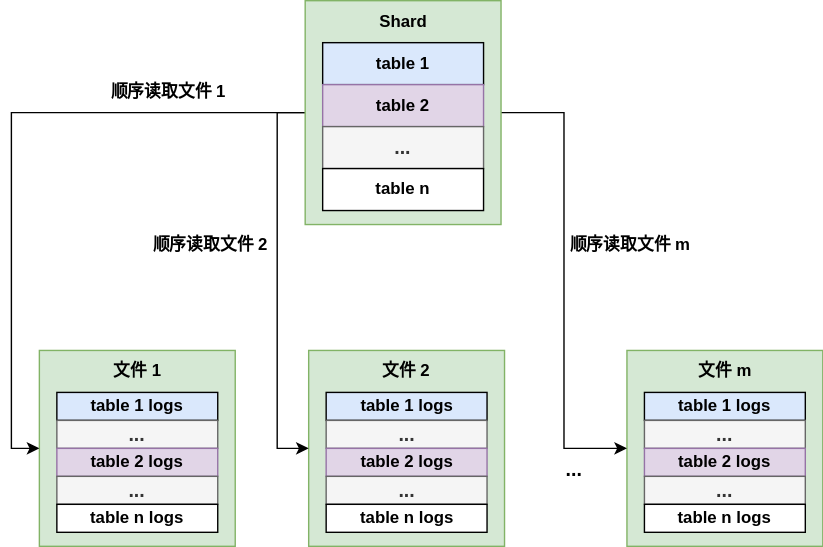
The draw.io diagram posts/release-v1.2.4/rocksshard.drawio.svg in CeresDB/community, before a commit. Source tidied: cells renumbered, new cells last; positions are measured from the earlier drawing's top-left corner, leaving out a move shared by most shapes. Source of this version:
```xml
<mxGraphModel>
  <root>
    <mxCell id="0" />
    <mxCell id="1" parent="0" />
    <mxCell id="2" style="rounded=0;whiteSpace=wrap;html=1;fillColor=#d5e8d4;strokeColor=#82b366;fontStyle=1;" parent="1" vertex="1">
      <mxGeometry x="419.5" y="250" width="140" height="140" as="geometry" />
    </mxCell>
    <mxCell id="3" style="rounded=0;whiteSpace=wrap;html=1;fillColor=#d5e8d4;strokeColor=#82b366;fontStyle=1;" parent="1" vertex="1">
      <mxGeometry x="192" y="250" width="140" height="140" as="geometry" />
    </mxCell>
    <mxCell id="4" style="rounded=0;whiteSpace=wrap;html=1;fillColor=#d5e8d4;strokeColor=#82b366;fontStyle=1;" parent="1" vertex="1">
      <mxGeometry x="-0.5" y="250" width="140" height="140" as="geometry" />
    </mxCell>
    <mxCell id="5" style="edgeStyle=orthogonalEdgeStyle;rounded=0;jettySize=auto;html=1;exitX=0;exitY=0.5;exitDx=0;exitDy=0;entryX=0;entryY=0.5;entryDx=0;entryDy=0;fontStyle=1;" parent="1" edge="1" source="8" target="4">
      <mxGeometry relative="1" as="geometry" />
    </mxCell>
    <mxCell id="6" style="edgeStyle=orthogonalEdgeStyle;rounded=0;jettySize=auto;html=1;exitX=0;exitY=0.5;exitDx=0;exitDy=0;entryX=0;entryY=0.5;entryDx=0;entryDy=0;fontStyle=1;" parent="1" edge="1" source="8" target="3">
      <mxGeometry relative="1" as="geometry" />
    </mxCell>
    <mxCell id="7" style="edgeStyle=orthogonalEdgeStyle;rounded=0;jettySize=auto;html=1;exitX=1;exitY=0.5;exitDx=0;exitDy=0;entryX=0;entryY=0.5;entryDx=0;entryDy=0;fontStyle=1;" parent="1" edge="1" source="8" target="2">
      <mxGeometry relative="1" as="geometry" />
    </mxCell>
    <mxCell id="8" style="rounded=0;whiteSpace=wrap;html=1;fillColor=#d5e8d4;strokeColor=#82b366;fontStyle=1;" parent="1" vertex="1">
      <mxGeometry x="189.5" width="140" height="160" as="geometry" />
    </mxCell>
    <mxCell id="9" value="table 1" style="rounded=0;whiteSpace=wrap;html=1;fillColor=#dae8fc;strokeColor=#000000;fontStyle=1;" parent="1" vertex="1">
      <mxGeometry x="202" y="30" width="115" height="30" as="geometry" />
    </mxCell>
    <mxCell id="10" value="table 2" style="rounded=0;whiteSpace=wrap;html=1;fillColor=#e1d5e7;strokeColor=#9673a6;fontStyle=1;" parent="1" vertex="1">
      <mxGeometry x="202" y="60" width="115" height="30" as="geometry" />
    </mxCell>
    <mxCell id="11" value="&lt;font style=&quot;font-size: 14px;&quot;&gt;&lt;span&gt;...&lt;/span&gt;&lt;/font&gt;" style="rounded=0;whiteSpace=wrap;html=1;fillColor=#f5f5f5;strokeColor=#666666;fontColor=#333333;fontStyle=1;" parent="1" vertex="1">
      <mxGeometry x="202" y="90" width="115" height="30" as="geometry" />
    </mxCell>
    <mxCell id="12" value="table n" style="rounded=0;whiteSpace=wrap;html=1;fontStyle=1;" parent="1" vertex="1">
      <mxGeometry x="202" y="120" width="115" height="30" as="geometry" />
    </mxCell>
    <mxCell id="13" value="Shard" style="text;html=1;strokeColor=none;fillColor=none;align=center;verticalAlign=middle;whiteSpace=wrap;rounded=0;fontStyle=1;" parent="1" vertex="1">
      <mxGeometry x="230" width="60" height="30" as="geometry" />
    </mxCell>
    <mxCell id="14" value="table 1 logs" style="rounded=0;whiteSpace=wrap;html=1;fillColor=#dae8fc;strokeColor=#000000;fontStyle=1;" parent="1" vertex="1">
      <mxGeometry x="12" y="280" width="115" height="20" as="geometry" />
    </mxCell>
    <mxCell id="15" value="&lt;font style=&quot;font-size: 14px;&quot;&gt;&lt;span&gt;...&lt;/span&gt;&lt;/font&gt;" style="rounded=0;whiteSpace=wrap;html=1;fillColor=#f5f5f5;strokeColor=#666666;fontColor=#333333;fontStyle=1;" parent="1" vertex="1">
      <mxGeometry x="12" y="300" width="115" height="20" as="geometry" />
    </mxCell>
    <mxCell id="16" value="table 2 logs" style="rounded=0;whiteSpace=wrap;html=1;fillColor=#e1d5e7;strokeColor=#9673a6;fontStyle=1;" parent="1" vertex="1">
      <mxGeometry x="12" y="320" width="115" height="20" as="geometry" />
    </mxCell>
    <mxCell id="17" value="&lt;font style=&quot;font-size: 14px;&quot;&gt;&lt;span&gt;...&lt;/span&gt;&lt;/font&gt;" style="rounded=0;whiteSpace=wrap;html=1;fillColor=#f5f5f5;strokeColor=#666666;fontColor=#333333;fontStyle=1;" parent="1" vertex="1">
      <mxGeometry x="12" y="340" width="115" height="20" as="geometry" />
    </mxCell>
    <mxCell id="18" value="table n logs" style="rounded=0;whiteSpace=wrap;html=1;fontStyle=1;" parent="1" vertex="1">
      <mxGeometry x="12" y="360" width="115" height="20" as="geometry" />
    </mxCell>
    <mxCell id="19" value="table 1 logs" style="rounded=0;whiteSpace=wrap;html=1;fillColor=#dae8fc;strokeColor=#000000;fontStyle=1;" parent="1" vertex="1">
      <mxGeometry x="204.5" y="280" width="115" height="20" as="geometry" />
    </mxCell>
    <mxCell id="20" value="&lt;font style=&quot;font-size: 14px;&quot;&gt;&lt;span&gt;...&lt;/span&gt;&lt;/font&gt;" style="rounded=0;whiteSpace=wrap;html=1;fillColor=#f5f5f5;strokeColor=#666666;fontColor=#333333;fontStyle=1;" parent="1" vertex="1">
      <mxGeometry x="204.5" y="300" width="115" height="20" as="geometry" />
    </mxCell>
    <mxCell id="21" value="table 2 logs" style="rounded=0;whiteSpace=wrap;html=1;fillColor=#e1d5e7;strokeColor=#9673a6;fontStyle=1;" parent="1" vertex="1">
      <mxGeometry x="204.5" y="320" width="115" height="20" as="geometry" />
    </mxCell>
    <mxCell id="22" value="&lt;font style=&quot;font-size: 14px;&quot;&gt;&lt;span&gt;...&lt;/span&gt;&lt;/font&gt;" style="rounded=0;whiteSpace=wrap;html=1;fillColor=#f5f5f5;strokeColor=#666666;fontColor=#333333;fontStyle=1;" parent="1" vertex="1">
      <mxGeometry x="204.5" y="340" width="115" height="20" as="geometry" />
    </mxCell>
    <mxCell id="23" value="table n logs" style="rounded=0;whiteSpace=wrap;html=1;fontStyle=1;" parent="1" vertex="1">
      <mxGeometry x="204.5" y="360" width="115" height="20" as="geometry" />
    </mxCell>
    <mxCell id="24" value="table 1 logs" style="rounded=0;whiteSpace=wrap;html=1;fillColor=#dae8fc;strokeColor=#000000;fontStyle=1;" parent="1" vertex="1">
      <mxGeometry x="432" y="280" width="115" height="20" as="geometry" />
    </mxCell>
    <mxCell id="25" value="&lt;font style=&quot;font-size: 14px;&quot;&gt;&lt;span&gt;...&lt;/span&gt;&lt;/font&gt;" style="rounded=0;whiteSpace=wrap;html=1;fillColor=#f5f5f5;strokeColor=#666666;fontColor=#333333;fontStyle=1;" parent="1" vertex="1">
      <mxGeometry x="432" y="300" width="115" height="20" as="geometry" />
    </mxCell>
    <mxCell id="26" value="table 2 logs" style="rounded=0;whiteSpace=wrap;html=1;fillColor=#e1d5e7;strokeColor=#9673a6;fontStyle=1;" parent="1" vertex="1">
      <mxGeometry x="432" y="320" width="115" height="20" as="geometry" />
    </mxCell>
    <mxCell id="27" value="&lt;font style=&quot;font-size: 14px;&quot;&gt;&lt;span&gt;...&lt;/span&gt;&lt;/font&gt;" style="rounded=0;whiteSpace=wrap;html=1;fillColor=#f5f5f5;strokeColor=#666666;fontColor=#333333;fontStyle=1;" parent="1" vertex="1">
      <mxGeometry x="432" y="340" width="115" height="20" as="geometry" />
    </mxCell>
    <mxCell id="28" value="table n logs" style="rounded=0;whiteSpace=wrap;html=1;fontStyle=1;" parent="1" vertex="1">
      <mxGeometry x="432" y="360" width="115" height="20" as="geometry" />
    </mxCell>
    <mxCell id="29" value="&lt;font style=&quot;font-size: 14px;&quot;&gt;&lt;span&gt;...&lt;/span&gt;&lt;br&gt;&lt;/font&gt;" style="text;html=1;strokeColor=none;fillColor=none;align=center;verticalAlign=middle;whiteSpace=wrap;rounded=0;fontStyle=1;" parent="1" vertex="1">
      <mxGeometry x="352" y="320" width="60" height="30" as="geometry" />
    </mxCell>
    <mxCell id="30" value="文件 1" style="text;html=1;strokeColor=none;fillColor=none;align=center;verticalAlign=middle;whiteSpace=wrap;rounded=0;fontStyle=1;" parent="1" vertex="1">
      <mxGeometry x="39.5" y="250" width="60" height="30" as="geometry" />
    </mxCell>
    <mxCell id="31" value="文件 2" style="text;html=1;strokeColor=none;fillColor=none;align=center;verticalAlign=middle;whiteSpace=wrap;rounded=0;fontStyle=1;" parent="1" vertex="1">
      <mxGeometry x="232" y="250" width="60" height="30" as="geometry" />
    </mxCell>
    <mxCell id="32" value="文件 m" style="text;html=1;strokeColor=none;fillColor=none;align=center;verticalAlign=middle;whiteSpace=wrap;rounded=0;fontStyle=1;" parent="1" vertex="1">
      <mxGeometry x="459.5" y="250" width="60" height="30" as="geometry" />
    </mxCell>
    <mxCell id="33" value="顺序读取文件 1" style="text;html=1;strokeColor=none;fillColor=none;align=center;verticalAlign=middle;whiteSpace=wrap;rounded=0;fontStyle=1;" parent="1" vertex="1">
      <mxGeometry x="42" y="50" width="100" height="30" as="geometry" />
    </mxCell>
    <mxCell id="34" value="顺序读取文件 2" style="text;html=1;strokeColor=none;fillColor=none;align=center;verticalAlign=middle;whiteSpace=wrap;rounded=0;fontStyle=1;" parent="1" vertex="1">
      <mxGeometry x="72" y="160" width="100" height="30" as="geometry" />
    </mxCell>
    <mxCell id="35" value="顺序读取文件 m" style="text;html=1;strokeColor=none;fillColor=none;align=center;verticalAlign=middle;whiteSpace=wrap;rounded=0;fontStyle=1;" parent="1" vertex="1">
      <mxGeometry x="372" y="160" width="100" height="30" as="geometry" />
    </mxCell>
  </root>
</mxGraphModel>
```
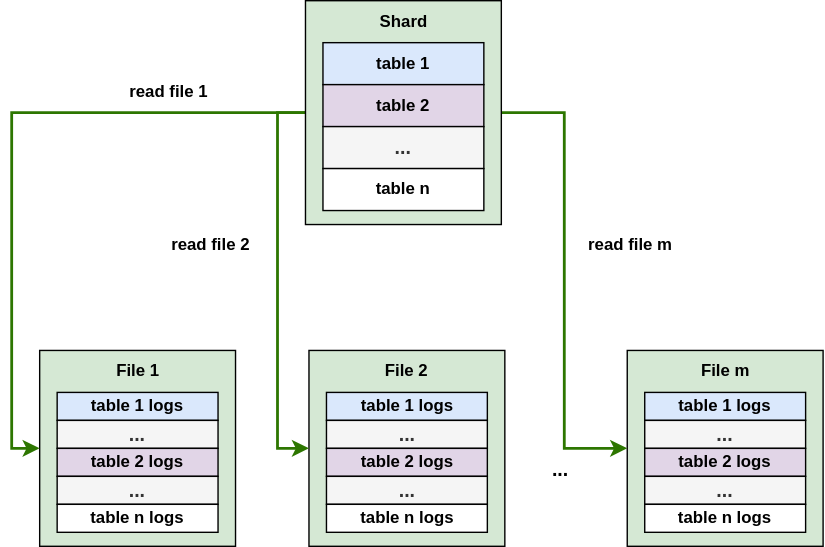
After the commit.

What changed in the source:
```diff
@@ -2,37 +2,37 @@
   <root>
     <mxCell id="0" />
     <mxCell id="1" parent="0" />
-    <mxCell id="2" style="rounded=0;whiteSpace=wrap;html=1;fillColor=#d5e8d4;strokeColor=#82b366;fontStyle=1;" parent="1" vertex="1">
+    <mxCell id="2" style="rounded=0;whiteSpace=wrap;html=1;fillColor=#d5e8d4;strokeColor=#000000;fontStyle=1;" parent="1" vertex="1">
       <mxGeometry x="419.5" y="250" width="140" height="140" as="geometry" />
     </mxCell>
-    <mxCell id="3" style="rounded=0;whiteSpace=wrap;html=1;fillColor=#d5e8d4;strokeColor=#82b366;fontStyle=1;" parent="1" vertex="1">
+    <mxCell id="3" style="rounded=0;whiteSpace=wrap;html=1;fillColor=#d5e8d4;strokeColor=#000000;fontStyle=1;" parent="1" vertex="1">
       <mxGeometry x="192" y="250" width="140" height="140" as="geometry" />
     </mxCell>
-    <mxCell id="4" style="rounded=0;whiteSpace=wrap;html=1;fillColor=#d5e8d4;strokeColor=#82b366;fontStyle=1;" parent="1" vertex="1">
+    <mxCell id="4" style="rounded=0;whiteSpace=wrap;html=1;fillColor=#d5e8d4;strokeColor=#000000;fontStyle=1;" parent="1" vertex="1">
       <mxGeometry x="-0.5" y="250" width="140" height="140" as="geometry" />
     </mxCell>
-    <mxCell id="5" style="edgeStyle=orthogonalEdgeStyle;rounded=0;jettySize=auto;html=1;exitX=0;exitY=0.5;exitDx=0;exitDy=0;entryX=0;entryY=0.5;entryDx=0;entryDy=0;fontStyle=1;" parent="1" edge="1" source="8" target="4">
+    <mxCell id="5" style="edgeStyle=orthogonalEdgeStyle;rounded=0;jettySize=auto;html=1;exitX=0;exitY=0.5;exitDx=0;exitDy=0;entryX=0;entryY=0.5;entryDx=0;entryDy=0;fontStyle=1;fillColor=#60a917;strokeColor=#2D7600;strokeWidth=2;" parent="1" edge="1" source="8" target="4">
       <mxGeometry relative="1" as="geometry" />
     </mxCell>
-    <mxCell id="6" style="edgeStyle=orthogonalEdgeStyle;rounded=0;jettySize=auto;html=1;exitX=0;exitY=0.5;exitDx=0;exitDy=0;entryX=0;entryY=0.5;entryDx=0;entryDy=0;fontStyle=1;" parent="1" edge="1" source="8" target="3">
+    <mxCell id="6" style="edgeStyle=orthogonalEdgeStyle;rounded=0;jettySize=auto;html=1;exitX=0;exitY=0.5;exitDx=0;exitDy=0;entryX=0;entryY=0.5;entryDx=0;entryDy=0;fontStyle=1;fillColor=#60a917;strokeColor=#2D7600;strokeWidth=2;" parent="1" edge="1" source="8" target="3">
       <mxGeometry relative="1" as="geometry" />
     </mxCell>
-    <mxCell id="7" style="edgeStyle=orthogonalEdgeStyle;rounded=0;jettySize=auto;html=1;exitX=1;exitY=0.5;exitDx=0;exitDy=0;entryX=0;entryY=0.5;entryDx=0;entryDy=0;fontStyle=1;" parent="1" edge="1" source="8" target="2">
+    <mxCell id="7" style="edgeStyle=orthogonalEdgeStyle;rounded=0;jettySize=auto;html=1;exitX=1;exitY=0.5;exitDx=0;exitDy=0;entryX=0;entryY=0.5;entryDx=0;entryDy=0;fontStyle=1;fillColor=#60a917;strokeColor=#2D7600;strokeWidth=2;" parent="1" edge="1" source="8" target="2">
       <mxGeometry relative="1" as="geometry" />
     </mxCell>
-    <mxCell id="8" style="rounded=0;whiteSpace=wrap;html=1;fillColor=#d5e8d4;strokeColor=#82b366;fontStyle=1;" parent="1" vertex="1">
+    <mxCell id="8" style="rounded=0;whiteSpace=wrap;html=1;fillColor=#d5e8d4;strokeColor=#000000;fontStyle=1;" parent="1" vertex="1">
       <mxGeometry x="189.5" width="140" height="160" as="geometry" />
     </mxCell>
     <mxCell id="9" value="table 1" style="rounded=0;whiteSpace=wrap;html=1;fillColor=#dae8fc;strokeColor=#000000;fontStyle=1;" parent="1" vertex="1">
       <mxGeometry x="202" y="30" width="115" height="30" as="geometry" />
     </mxCell>
-    <mxCell id="10" value="table 2" style="rounded=0;whiteSpace=wrap;html=1;fillColor=#e1d5e7;strokeColor=#9673a6;fontStyle=1;" parent="1" vertex="1">
+    <mxCell id="10" value="table 2" style="rounded=0;whiteSpace=wrap;html=1;fillColor=#e1d5e7;strokeColor=#000000;fontStyle=1;" parent="1" vertex="1">
       <mxGeometry x="202" y="60" width="115" height="30" as="geometry" />
     </mxCell>
-    <mxCell id="11" value="&lt;font style=&quot;font-size: 14px;&quot;&gt;&lt;span&gt;...&lt;/span&gt;&lt;/font&gt;" style="rounded=0;whiteSpace=wrap;html=1;fillColor=#f5f5f5;strokeColor=#666666;fontColor=#333333;fontStyle=1;" parent="1" vertex="1">
+    <mxCell id="11" value="&lt;font style=&quot;font-size: 14px;&quot;&gt;&lt;span&gt;...&lt;/span&gt;&lt;/font&gt;" style="rounded=0;whiteSpace=wrap;html=1;fillColor=#f5f5f5;strokeColor=#000000;fontColor=#333333;fontStyle=1;" parent="1" vertex="1">
       <mxGeometry x="202" y="90" width="115" height="30" as="geometry" />
     </mxCell>
-    <mxCell id="12" value="table n" style="rounded=0;whiteSpace=wrap;html=1;fontStyle=1;" parent="1" vertex="1">
+    <mxCell id="12" value="table n" style="rounded=0;whiteSpace=wrap;html=1;fontStyle=1;strokeColor=#000000;" parent="1" vertex="1">
       <mxGeometry x="202" y="120" width="115" height="30" as="geometry" />
     </mxCell>
     <mxCell id="13" value="Shard" style="text;html=1;strokeColor=none;fillColor=none;align=center;verticalAlign=middle;whiteSpace=wrap;rounded=0;fontStyle=1;" parent="1" vertex="1">
@@ -41,67 +41,67 @@
     <mxCell id="14" value="table 1 logs" style="rounded=0;whiteSpace=wrap;html=1;fillColor=#dae8fc;strokeColor=#000000;fontStyle=1;" parent="1" vertex="1">
       <mxGeometry x="12" y="280" width="115" height="20" as="geometry" />
     </mxCell>
-    <mxCell id="15" value="&lt;font style=&quot;font-size: 14px;&quot;&gt;&lt;span&gt;...&lt;/span&gt;&lt;/font&gt;" style="rounded=0;whiteSpace=wrap;html=1;fillColor=#f5f5f5;strokeColor=#666666;fontColor=#333333;fontStyle=1;" parent="1" vertex="1">
+    <mxCell id="15" value="&lt;font style=&quot;font-size: 14px;&quot;&gt;&lt;span&gt;...&lt;/span&gt;&lt;/font&gt;" style="rounded=0;whiteSpace=wrap;html=1;fillColor=#f5f5f5;strokeColor=#000000;fontColor=#333333;fontStyle=1;" parent="1" vertex="1">
       <mxGeometry x="12" y="300" width="115" height="20" as="geometry" />
     </mxCell>
-    <mxCell id="16" value="table 2 logs" style="rounded=0;whiteSpace=wrap;html=1;fillColor=#e1d5e7;strokeColor=#9673a6;fontStyle=1;" parent="1" vertex="1">
+    <mxCell id="16" value="table 2 logs" style="rounded=0;whiteSpace=wrap;html=1;fillColor=#e1d5e7;strokeColor=#000000;fontStyle=1;" parent="1" vertex="1">
       <mxGeometry x="12" y="320" width="115" height="20" as="geometry" />
     </mxCell>
-    <mxCell id="17" value="&lt;font style=&quot;font-size: 14px;&quot;&gt;&lt;span&gt;...&lt;/span&gt;&lt;/font&gt;" style="rounded=0;whiteSpace=wrap;html=1;fillColor=#f5f5f5;strokeColor=#666666;fontColor=#333333;fontStyle=1;" parent="1" vertex="1">
+    <mxCell id="17" value="&lt;font style=&quot;font-size: 14px;&quot;&gt;&lt;span&gt;...&lt;/span&gt;&lt;/font&gt;" style="rounded=0;whiteSpace=wrap;html=1;fillColor=#f5f5f5;strokeColor=#000000;fontColor=#333333;fontStyle=1;" parent="1" vertex="1">
       <mxGeometry x="12" y="340" width="115" height="20" as="geometry" />
     </mxCell>
-    <mxCell id="18" value="table n logs" style="rounded=0;whiteSpace=wrap;html=1;fontStyle=1;" parent="1" vertex="1">
+    <mxCell id="18" value="table n logs" style="rounded=0;whiteSpace=wrap;html=1;fontStyle=1;strokeColor=#000000;" parent="1" vertex="1">
       <mxGeometry x="12" y="360" width="115" height="20" as="geometry" />
     </mxCell>
     <mxCell id="19" value="table 1 logs" style="rounded=0;whiteSpace=wrap;html=1;fillColor=#dae8fc;strokeColor=#000000;fontStyle=1;" parent="1" vertex="1">
       <mxGeometry x="204.5" y="280" width="115" height="20" as="geometry" />
     </mxCell>
-    <mxCell id="20" value="&lt;font style=&quot;font-size: 14px;&quot;&gt;&lt;span&gt;...&lt;/span&gt;&lt;/font&gt;" style="rounded=0;whiteSpace=wrap;html=1;fillColor=#f5f5f5;strokeColor=#666666;fontColor=#333333;fontStyle=1;" parent="1" vertex="1">
+    <mxCell id="20" value="&lt;font style=&quot;font-size: 14px;&quot;&gt;&lt;span&gt;...&lt;/span&gt;&lt;/font&gt;" style="rounded=0;whiteSpace=wrap;html=1;fillColor=#f5f5f5;strokeColor=#000000;fontColor=#333333;fontStyle=1;" parent="1" vertex="1">
       <mxGeometry x="204.5" y="300" width="115" height="20" as="geometry" />
     </mxCell>
-    <mxCell id="21" value="table 2 logs" style="rounded=0;whiteSpace=wrap;html=1;fillColor=#e1d5e7;strokeColor=#9673a6;fontStyle=1;" parent="1" vertex="1">
+    <mxCell id="21" value="table 2 logs" style="rounded=0;whiteSpace=wrap;html=1;fillColor=#e1d5e7;strokeColor=#000000;fontStyle=1;" parent="1" vertex="1">
       <mxGeometry x="204.5" y="320" width="115" height="20" as="geometry" />
     </mxCell>
-    <mxCell id="22" value="&lt;font style=&quot;font-size: 14px;&quot;&gt;&lt;span&gt;...&lt;/span&gt;&lt;/font&gt;" style="rounded=0;whiteSpace=wrap;html=1;fillColor=#f5f5f5;strokeColor=#666666;fontColor=#333333;fontStyle=1;" parent="1" vertex="1">
+    <mxCell id="22" value="&lt;font style=&quot;font-size: 14px;&quot;&gt;&lt;span&gt;...&lt;/span&gt;&lt;/font&gt;" style="rounded=0;whiteSpace=wrap;html=1;fillColor=#f5f5f5;strokeColor=#000000;fontColor=#333333;fontStyle=1;" parent="1" vertex="1">
       <mxGeometry x="204.5" y="340" width="115" height="20" as="geometry" />
     </mxCell>
-    <mxCell id="23" value="table n logs" style="rounded=0;whiteSpace=wrap;html=1;fontStyle=1;" parent="1" vertex="1">
+    <mxCell id="23" value="table n logs" style="rounded=0;whiteSpace=wrap;html=1;fontStyle=1;strokeColor=#000000;" parent="1" vertex="1">
       <mxGeometry x="204.5" y="360" width="115" height="20" as="geometry" />
     </mxCell>
     <mxCell id="24" value="table 1 logs" style="rounded=0;whiteSpace=wrap;html=1;fillColor=#dae8fc;strokeColor=#000000;fontStyle=1;" parent="1" vertex="1">
       <mxGeometry x="432" y="280" width="115" height="20" as="geometry" />
     </mxCell>
-    <mxCell id="25" value="&lt;font style=&quot;font-size: 14px;&quot;&gt;&lt;span&gt;...&lt;/span&gt;&lt;/font&gt;" style="rounded=0;whiteSpace=wrap;html=1;fillColor=#f5f5f5;strokeColor=#666666;fontColor=#333333;fontStyle=1;" parent="1" vertex="1">
+    <mxCell id="25" value="&lt;font style=&quot;font-size: 14px;&quot;&gt;&lt;span&gt;...&lt;/span&gt;&lt;/font&gt;" style="rounded=0;whiteSpace=wrap;html=1;fillColor=#f5f5f5;strokeColor=#000000;fontColor=#333333;fontStyle=1;" parent="1" vertex="1">
       <mxGeometry x="432" y="300" width="115" height="20" as="geometry" />
     </mxCell>
-    <mxCell id="26" value="table 2 logs" style="rounded=0;whiteSpace=wrap;html=1;fillColor=#e1d5e7;strokeColor=#9673a6;fontStyle=1;" parent="1" vertex="1">
+    <mxCell id="26" value="table 2 logs" style="rounded=0;whiteSpace=wrap;html=1;fillColor=#e1d5e7;strokeColor=#000000;fontStyle=1;" parent="1" vertex="1">
       <mxGeometry x="432" y="320" width="115" height="20" as="geometry" />
     </mxCell>
-    <mxCell id="27" value="&lt;font style=&quot;font-size: 14px;&quot;&gt;&lt;span&gt;...&lt;/span&gt;&lt;/font&gt;" style="rounded=0;whiteSpace=wrap;html=1;fillColor=#f5f5f5;strokeColor=#666666;fontColor=#333333;fontStyle=1;" parent="1" vertex="1">
+    <mxCell id="27" value="&lt;font style=&quot;font-size: 14px;&quot;&gt;&lt;span&gt;...&lt;/span&gt;&lt;/font&gt;" style="rounded=0;whiteSpace=wrap;html=1;fillColor=#f5f5f5;strokeColor=#000000;fontColor=#333333;fontStyle=1;" parent="1" vertex="1">
       <mxGeometry x="432" y="340" width="115" height="20" as="geometry" />
     </mxCell>
-    <mxCell id="28" value="table n logs" style="rounded=0;whiteSpace=wrap;html=1;fontStyle=1;" parent="1" vertex="1">
+    <mxCell id="28" value="table n logs" style="rounded=0;whiteSpace=wrap;html=1;fontStyle=1;strokeColor=#000000;" parent="1" vertex="1">
       <mxGeometry x="432" y="360" width="115" height="20" as="geometry" />
     </mxCell>
     <mxCell id="29" value="&lt;font style=&quot;font-size: 14px;&quot;&gt;&lt;span&gt;...&lt;/span&gt;&lt;br&gt;&lt;/font&gt;" style="text;html=1;strokeColor=none;fillColor=none;align=center;verticalAlign=middle;whiteSpace=wrap;rounded=0;fontStyle=1;" parent="1" vertex="1">
-      <mxGeometry x="352" y="320" width="60" height="30" as="geometry" />
+      <mxGeometry x="342" y="320" width="60" height="30" as="geometry" />
     </mxCell>
-    <mxCell id="30" value="文件 1" style="text;html=1;strokeColor=none;fillColor=none;align=center;verticalAlign=middle;whiteSpace=wrap;rounded=0;fontStyle=1;" parent="1" vertex="1">
+    <mxCell id="30" value="File 1" style="text;html=1;strokeColor=none;fillColor=none;align=center;verticalAlign=middle;whiteSpace=wrap;rounded=0;fontStyle=1;" parent="1" vertex="1">
       <mxGeometry x="39.5" y="250" width="60" height="30" as="geometry" />
     </mxCell>
-    <mxCell id="31" value="文件 2" style="text;html=1;strokeColor=none;fillColor=none;align=center;verticalAlign=middle;whiteSpace=wrap;rounded=0;fontStyle=1;" parent="1" vertex="1">
+    <mxCell id="31" value="File 2" style="text;html=1;strokeColor=none;fillColor=none;align=center;verticalAlign=middle;whiteSpace=wrap;rounded=0;fontStyle=1;" parent="1" vertex="1">
       <mxGeometry x="232" y="250" width="60" height="30" as="geometry" />
     </mxCell>
-    <mxCell id="32" value="文件 m" style="text;html=1;strokeColor=none;fillColor=none;align=center;verticalAlign=middle;whiteSpace=wrap;rounded=0;fontStyle=1;" parent="1" vertex="1">
+    <mxCell id="32" value="File m" style="text;html=1;strokeColor=none;fillColor=none;align=center;verticalAlign=middle;whiteSpace=wrap;rounded=0;fontStyle=1;" parent="1" vertex="1">
       <mxGeometry x="459.5" y="250" width="60" height="30" as="geometry" />
     </mxCell>
-    <mxCell id="33" value="顺序读取文件 1" style="text;html=1;strokeColor=none;fillColor=none;align=center;verticalAlign=middle;whiteSpace=wrap;rounded=0;fontStyle=1;" parent="1" vertex="1">
+    <mxCell id="33" value="read file 1" style="text;html=1;strokeColor=none;fillColor=none;align=center;verticalAlign=middle;whiteSpace=wrap;rounded=0;fontStyle=1;" parent="1" vertex="1">
       <mxGeometry x="42" y="50" width="100" height="30" as="geometry" />
     </mxCell>
-    <mxCell id="34" value="顺序读取文件 2" style="text;html=1;strokeColor=none;fillColor=none;align=center;verticalAlign=middle;whiteSpace=wrap;rounded=0;fontStyle=1;" parent="1" vertex="1">
+    <mxCell id="34" value="read file 2" style="text;html=1;strokeColor=none;fillColor=none;align=center;verticalAlign=middle;whiteSpace=wrap;rounded=0;fontStyle=1;" parent="1" vertex="1">
       <mxGeometry x="72" y="160" width="100" height="30" as="geometry" />
     </mxCell>
-    <mxCell id="35" value="顺序读取文件 m" style="text;html=1;strokeColor=none;fillColor=none;align=center;verticalAlign=middle;whiteSpace=wrap;rounded=0;fontStyle=1;" parent="1" vertex="1">
+    <mxCell id="35" value="read file m" style="text;html=1;strokeColor=none;fillColor=none;align=center;verticalAlign=middle;whiteSpace=wrap;rounded=0;fontStyle=1;" parent="1" vertex="1">
       <mxGeometry x="372" y="160" width="100" height="30" as="geometry" />
     </mxCell>
   </root>
```
